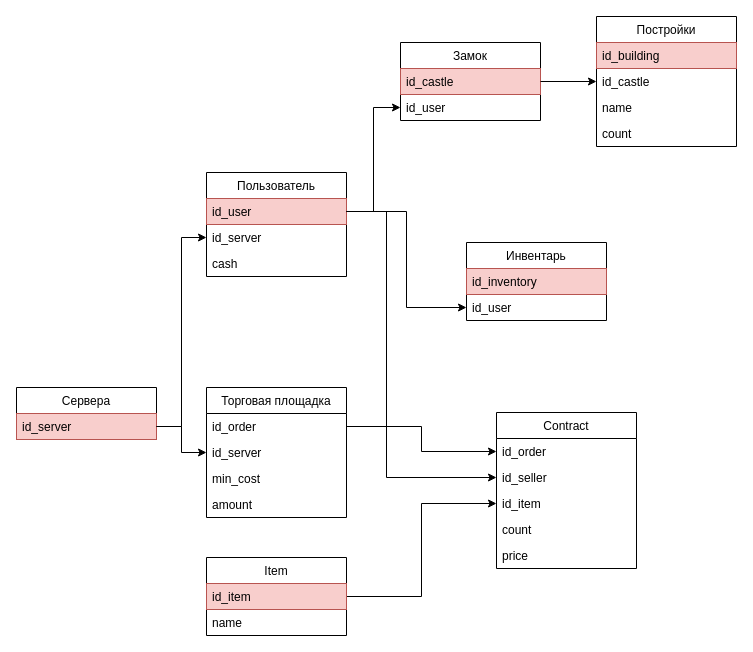
This is Untitled Diagram.drawio from MiKaMoRe/mirfi-bot1, a draw.io file, before an edit. Source tidied: cells renumbered, new cells numbered last; positions are measured from the earlier drawing's top-left corner, leaving out a move shared by most shapes. Both pictures are drawn from the tidied source at 100%, with x=0, y=0 at pixel (16, 16).
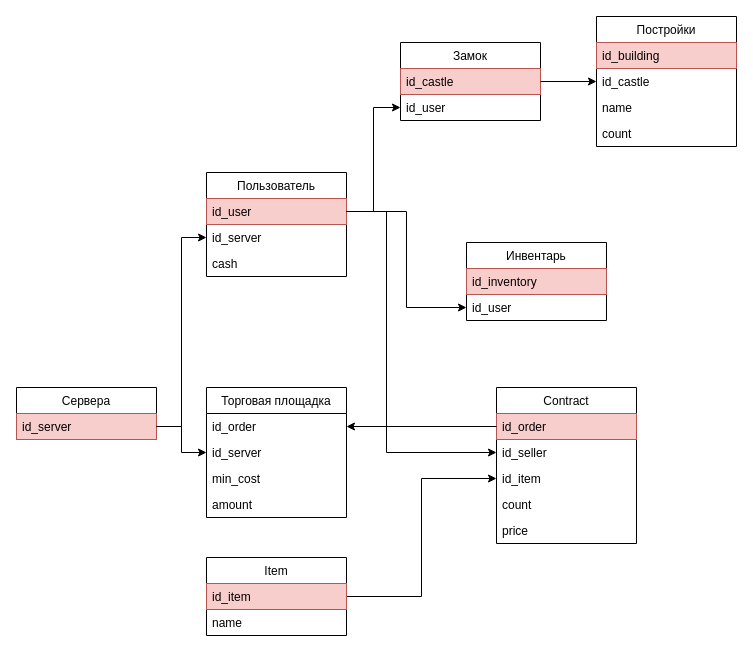
Above is the later version.

Unchanged cells that the change refers to:
```xml
<mxCell id="5" value="id_user" style="text;strokeColor=#b85450;fillColor=#f8cecc;align=left;verticalAlign=top;spacingLeft=4;spacingRight=4;overflow=hidden;points=[[0,0.5],[1,0.5]];portConstraint=eastwest;" parent="4" vertex="1">
  <mxGeometry y="26" width="140" height="26" as="geometry" />
</mxCell>
<mxCell id="10" value="id_order" style="text;align=left;verticalAlign=top;spacingLeft=4;spacingRight=4;overflow=hidden;points=[[0,0.5],[1,0.5]];portConstraint=eastwest;" parent="9" vertex="1">
  <mxGeometry y="26" width="140" height="26" as="geometry" />
</mxCell>
<mxCell id="16" value="id_user" style="text;align=left;verticalAlign=top;spacingLeft=4;spacingRight=4;overflow=hidden;points=[[0,0.5],[1,0.5]];portConstraint=eastwest;" parent="14" vertex="1">
  <mxGeometry y="52" width="140" height="26" as="geometry" />
</mxCell>
<mxCell id="25" value="id_seller" style="text;align=left;verticalAlign=top;spacingLeft=4;spacingRight=4;overflow=hidden;points=[[0,0.5],[1,0.5]];portConstraint=eastwest;" parent="23" vertex="1">
  <mxGeometry y="52" width="140" height="26" as="geometry" />
</mxCell>
```

Change to the diagram source:
```diff
@@
     <mxCell id="17" style="edgeStyle=orthogonalEdgeStyle;rounded=0;jettySize=auto;html=1;exitX=1;exitY=0.5;exitDx=0;exitDy=0;" parent="1" edge="1" source="5" target="16">
-      <mxGeometry relative="1" as="geometry" />
+      <mxGeometry relative="1" as="geometry">
+        <Array as="points">
+          <mxPoint x="357" y="195" />
+          <mxPoint x="357" y="91" />
+        </Array>
+      </mxGeometry>
     </mxCell>
@@
     <mxCell id="23" value="Contract" style="swimlane;fontStyle=0;horizontal=1;startSize=26;fillColor=none;labelBackgroundColor=none;" parent="1" vertex="1">
-      <mxGeometry x="480" y="396" width="140" height="156" as="geometry" />
+      <mxGeometry x="480" y="371" width="140" height="156" as="geometry" />
     </mxCell>
-    <mxCell id="24" value="id_order" style="text;align=left;verticalAlign=top;spacingLeft=4;spacingRight=4;overflow=hidden;points=[[0,0.5],[1,0.5]];portConstraint=eastwest;" parent="23" vertex="1">
+    <mxCell id="24" value="id_order" style="text;align=left;verticalAlign=top;spacingLeft=4;spacingRight=4;overflow=hidden;points=[[0,0.5],[1,0.5]];portConstraint=eastwest;fillColor=#f8cecc;strokeColor=#b85450;" parent="23" vertex="1">
       <mxGeometry y="26" width="140" height="26" as="geometry" />
     </mxCell>
@@
-    <mxCell id="31" style="edgeStyle=orthogonalEdgeStyle;rounded=0;jettySize=auto;html=1;exitX=1;exitY=0.5;exitDx=0;exitDy=0;entryX=0;entryY=0.5;entryDx=0;entryDy=0;" parent="1" edge="1" source="10" target="24">
+    <mxCell id="31" style="edgeStyle=orthogonalEdgeStyle;rounded=0;jettySize=auto;html=1;exitX=0;exitY=0.5;exitDx=0;exitDy=0;entryX=1;entryY=0.5;entryDx=0;entryDy=0;" parent="1" edge="1" source="24" target="10">
       <mxGeometry relative="1" as="geometry" />
     </mxCell>
@@
     <mxCell id="33" style="edgeStyle=orthogonalEdgeStyle;rounded=0;jettySize=auto;html=1;exitX=1;exitY=0.5;exitDx=0;exitDy=0;entryX=0;entryY=0.5;entryDx=0;entryDy=0;" parent="1" edge="1" source="5" target="25">
       <mxGeometry relative="1" as="geometry">
         <Array as="points">
           <mxPoint x="370" y="195" />
-          <mxPoint x="370" y="461" />
+          <mxPoint x="370" y="436" />
         </Array>
       </mxGeometry>
     </mxCell>
```
